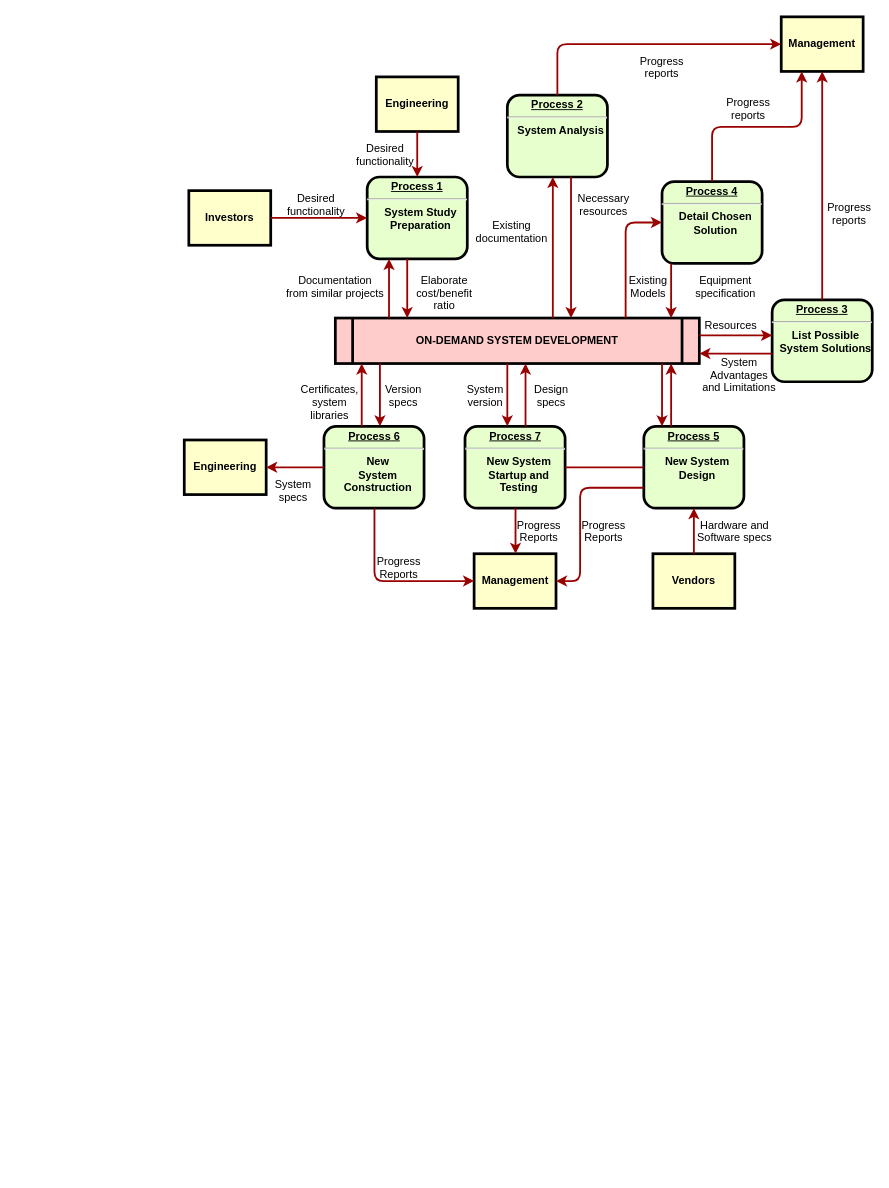
This is 未命名绘图.drawio from ClarkArden/drawio_repository, a draw.io file, before an edit. Source tidied: cells renumbered, new cells numbered last; positions are measured from the earlier drawing's top-left corner, leaving out a move shared by most shapes. Both pictures are drawn from the tidied source at 91%, with x=0, y=0 at pixel (184, 16).
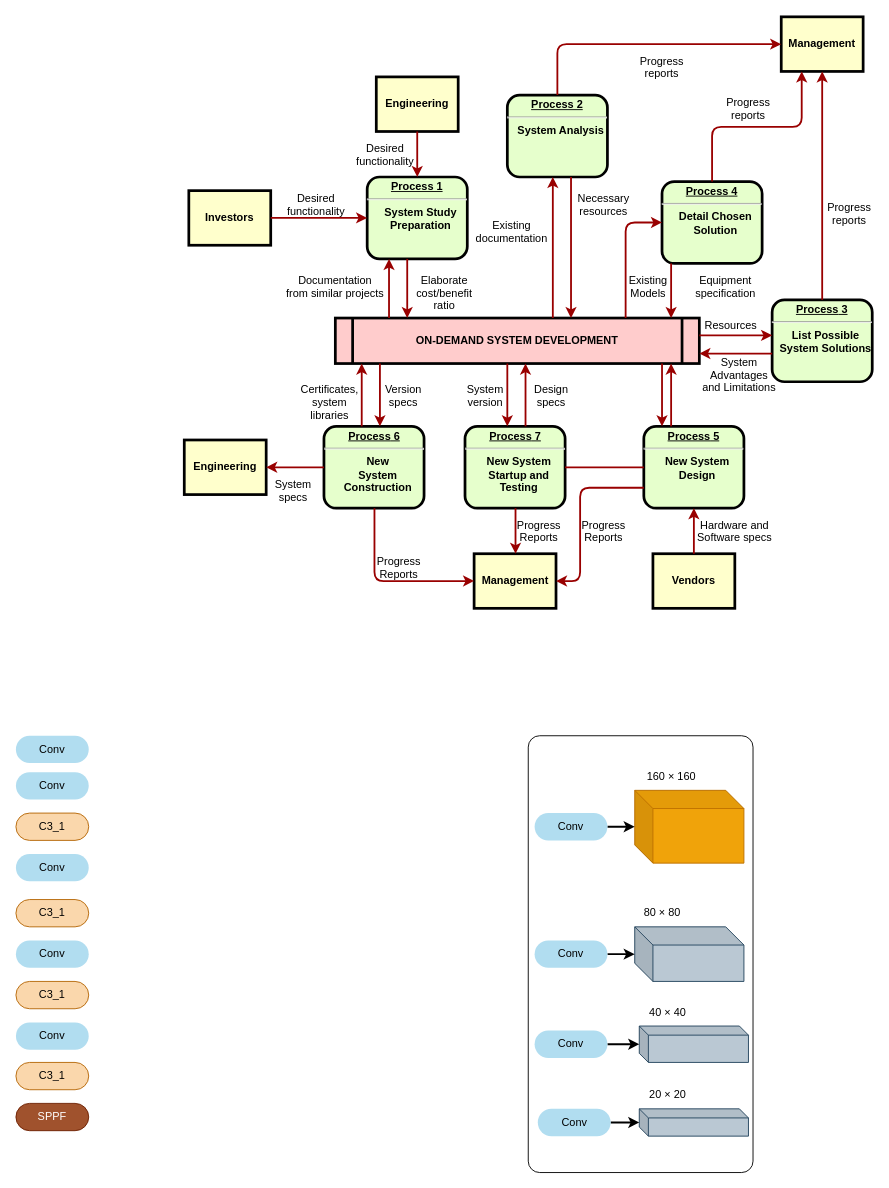
After the change.

The edit, as a diff of the source:
```diff
@@
+    <mxCell id="63" style="rounded=1;whiteSpace=wrap;html=1;absoluteArcSize=1;arcSize=25;" parent="1" vertex="1">
+      <mxGeometry x="378" y="790" width="247" height="480" as="geometry" />
+    </mxCell>
@@
+    <mxCell id="64" style="shape=cube;whiteSpace=wrap;html=1;boundedLbl=1;backgroundOutline=1;darkOpacity=0.05;darkOpacity2=0.1;size=20;fillColor=#f0a30a;strokeColor=#BD7000;fontColor=#000000;" parent="1" vertex="1">
+      <mxGeometry x="495" y="850" width="120" height="80" as="geometry" />
+    </mxCell>
+    <mxCell id="65" style="shape=cube;whiteSpace=wrap;html=1;boundedLbl=1;backgroundOutline=1;darkOpacity=0.05;darkOpacity2=0.1;size=20;fillColor=#bac8d3;strokeColor=#23445d;" parent="1" vertex="1">
+      <mxGeometry x="495" y="1000" width="120" height="60" as="geometry" />
+    </mxCell>
+    <mxCell id="66" style="shape=cube;whiteSpace=wrap;html=1;boundedLbl=1;backgroundOutline=1;darkOpacity=0.05;darkOpacity2=0.1;size=10;fillColor=#bac8d3;strokeColor=#23445d;" parent="1" vertex="1">
+      <mxGeometry x="500" y="1109" width="120" height="40" as="geometry" />
+    </mxCell>
+    <mxCell id="67" style="shape=cube;whiteSpace=wrap;html=1;boundedLbl=1;backgroundOutline=1;darkOpacity=0.05;darkOpacity2=0.1;size=10;fillColor=#bac8d3;strokeColor=#23445d;" parent="1" vertex="1">
+      <mxGeometry x="500" y="1200" width="120" height="30" as="geometry" />
+    </mxCell>
+    <mxCell id="68" value="20 × 20" style="text;html=1;align=center;verticalAlign=middle;strokeColor=none;fillColor=none;" parent="1" vertex="1">
+      <mxGeometry x="501" y="1170" width="60" height="30" as="geometry" />
+    </mxCell>
+    <mxCell id="69" value="40 × 40" style="text;html=1;align=center;verticalAlign=middle;strokeColor=none;fillColor=none;" parent="1" vertex="1">
+      <mxGeometry x="501" y="1079" width="60" height="30" as="geometry" />
+    </mxCell>
+    <mxCell id="70" value="160 × 160" style="text;html=1;align=center;verticalAlign=middle;strokeColor=none;fillColor=none;" parent="1" vertex="1">
+      <mxGeometry x="495" y="820" width="80" height="30" as="geometry" />
+    </mxCell>
+    <mxCell id="71" value="80 × 80" style="text;html=1;align=center;verticalAlign=middle;strokeColor=none;fillColor=none;" parent="1" vertex="1">
+      <mxGeometry x="495" y="970" width="60" height="30" as="geometry" />
+    </mxCell>
+    <mxCell id="72" style="edgeStyle=orthogonalEdgeStyle;rounded=0;jettySize=auto;html=1;strokeWidth=2;" parent="1" edge="1" source="73" target="64">
+      <mxGeometry relative="1" as="geometry" />
+    </mxCell>
+    <mxCell id="73" value="Conv" style="rounded=1;whiteSpace=wrap;html=1;fillColor=#b1ddf0;strokeColor=none;arcSize=50;" parent="1" vertex="1">
+      <mxGeometry x="385" y="875" width="80" height="30" as="geometry" />
+    </mxCell>
+    <mxCell id="74" style="edgeStyle=orthogonalEdgeStyle;rounded=0;jettySize=auto;html=1;strokeWidth=2;" parent="1" edge="1" source="75" target="67">
+      <mxGeometry relative="1" as="geometry" />
+    </mxCell>
+    <mxCell id="75" value="Conv" style="rounded=1;whiteSpace=wrap;html=1;fillColor=#b1ddf0;strokeColor=none;arcSize=50;" parent="1" vertex="1">
+      <mxGeometry x="388.5" y="1200" width="80" height="30" as="geometry" />
+    </mxCell>
+    <mxCell id="76" style="edgeStyle=orthogonalEdgeStyle;rounded=0;jettySize=auto;html=1;strokeWidth=2;" parent="1" edge="1" source="77" target="66">
+      <mxGeometry relative="1" as="geometry" />
+    </mxCell>
+    <mxCell id="77" value="Conv" style="rounded=1;whiteSpace=wrap;html=1;fillColor=#b1ddf0;strokeColor=none;arcSize=50;" parent="1" vertex="1">
+      <mxGeometry x="385" y="1114" width="80" height="30" as="geometry" />
+    </mxCell>
+    <mxCell id="78" style="edgeStyle=orthogonalEdgeStyle;rounded=0;jettySize=auto;html=1;strokeWidth=2;" parent="1" edge="1" source="79" target="65">
+      <mxGeometry relative="1" as="geometry" />
+    </mxCell>
+    <mxCell id="79" value="Conv" style="rounded=1;whiteSpace=wrap;html=1;fillColor=#b1ddf0;strokeColor=none;arcSize=50;" parent="1" vertex="1">
+      <mxGeometry x="385" y="1015" width="80" height="30" as="geometry" />
+    </mxCell>
+    <mxCell id="80" value="Conv" style="rounded=1;whiteSpace=wrap;html=1;fillColor=#b1ddf0;strokeColor=none;arcSize=50;" parent="1" vertex="1">
+      <mxGeometry x="-185" y="790" width="80" height="30" as="geometry" />
+    </mxCell>
+    <mxCell id="81" value="Conv" style="rounded=1;whiteSpace=wrap;html=1;fillColor=#b1ddf0;strokeColor=none;arcSize=50;" parent="1" vertex="1">
+      <mxGeometry x="-185" y="830" width="80" height="30" as="geometry" />
+    </mxCell>
+    <mxCell id="82" value="Conv" style="rounded=1;whiteSpace=wrap;html=1;fillColor=#b1ddf0;strokeColor=none;arcSize=50;" parent="1" vertex="1">
+      <mxGeometry x="-185" y="920" width="80" height="30" as="geometry" />
+    </mxCell>
+    <mxCell id="83" value="C3_1" style="rounded=1;whiteSpace=wrap;html=1;fillColor=#fad7ac;arcSize=50;strokeColor=#b46504;" parent="1" vertex="1">
+      <mxGeometry x="-185" y="875" width="80" height="30" as="geometry" />
+    </mxCell>
+    <mxCell id="84" value="C3_1" style="rounded=1;whiteSpace=wrap;html=1;fillColor=#fad7ac;arcSize=50;strokeColor=#b46504;" parent="1" vertex="1">
+      <mxGeometry x="-185" y="970" width="80" height="30" as="geometry" />
+    </mxCell>
+    <mxCell id="85" value="Conv" style="rounded=1;whiteSpace=wrap;html=1;fillColor=#b1ddf0;strokeColor=none;arcSize=50;" parent="1" vertex="1">
+      <mxGeometry x="-185" y="1015" width="80" height="30" as="geometry" />
+    </mxCell>
+    <mxCell id="86" value="C3_1" style="rounded=1;whiteSpace=wrap;html=1;fillColor=#fad7ac;arcSize=50;strokeColor=#b46504;" parent="1" vertex="1">
+      <mxGeometry x="-185" y="1060" width="80" height="30" as="geometry" />
+    </mxCell>
+    <mxCell id="87" value="Conv" style="rounded=1;whiteSpace=wrap;html=1;fillColor=#b1ddf0;strokeColor=none;arcSize=50;" parent="1" vertex="1">
+      <mxGeometry x="-185" y="1105" width="80" height="30" as="geometry" />
+    </mxCell>
+    <mxCell id="88" value="C3_1" style="rounded=1;whiteSpace=wrap;html=1;fillColor=#fad7ac;arcSize=50;strokeColor=#b46504;" parent="1" vertex="1">
+      <mxGeometry x="-185" y="1149" width="80" height="30" as="geometry" />
+    </mxCell>
+    <mxCell id="89" value="SPPF" style="rounded=1;whiteSpace=wrap;html=1;fillColor=#a0522d;strokeColor=#6D1F00;arcSize=50;fontColor=#ffffff;" parent="1" vertex="1">
+      <mxGeometry x="-185" y="1194" width="80" height="30" as="geometry" />
+    </mxCell>
```
